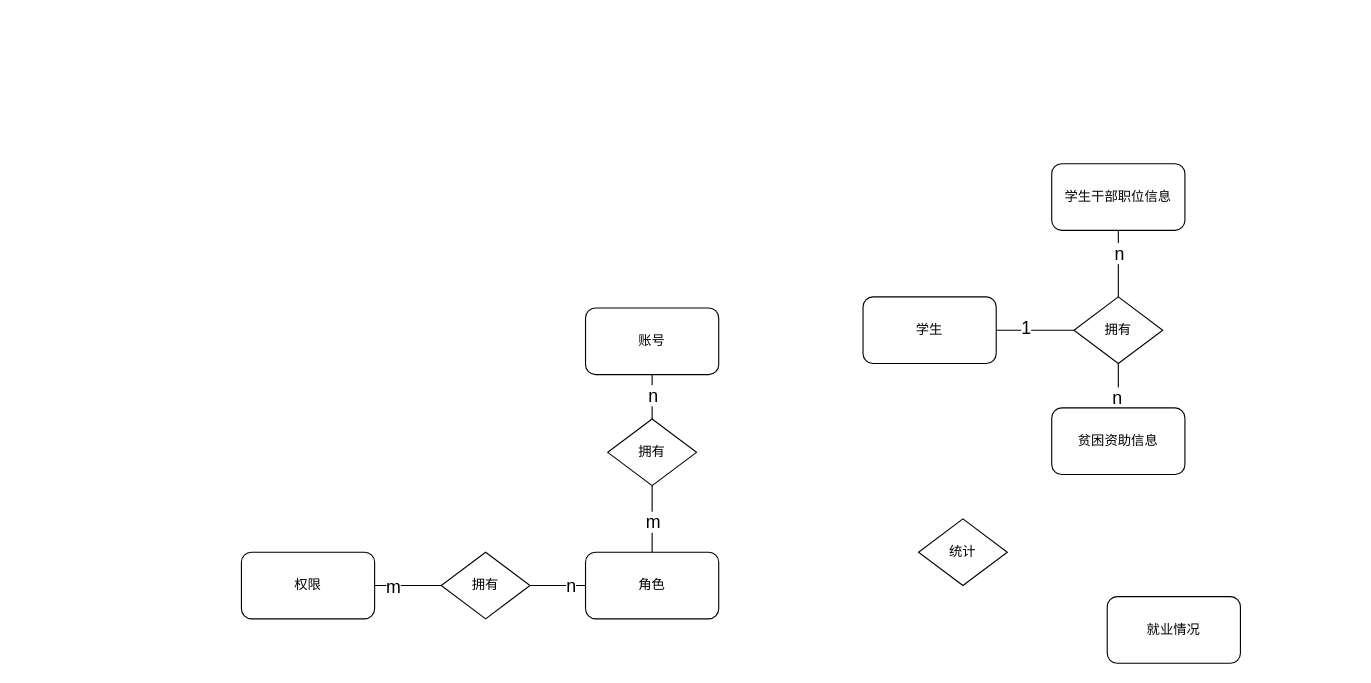
Above: map/swms-er.drawio in msqtt/Sources (draw.io), before the change. Source tidied: cells renumbered, new cells numbered last; positions are measured from the earlier drawing's top-left corner, leaving out a move shared by most shapes. Both pictures are drawn from the tidied source at 111%, with x=0, y=0 at pixel (241, 163).
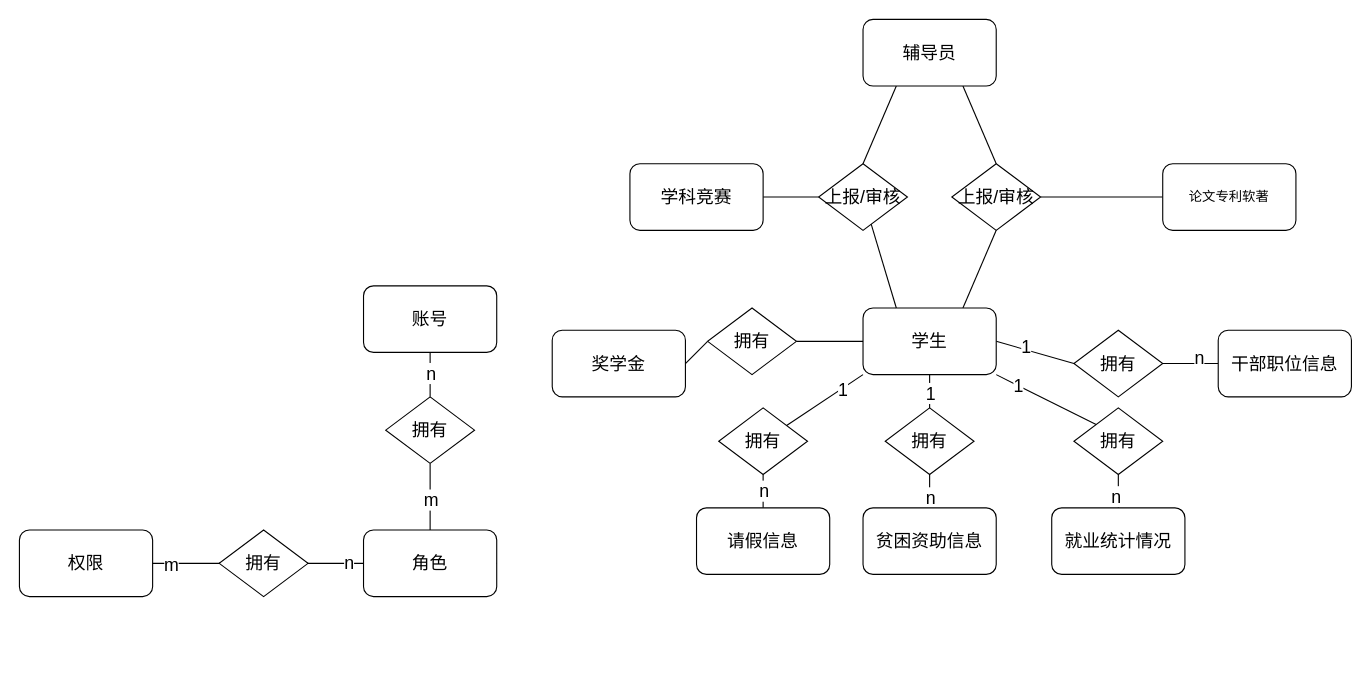
The same diagram, later.

What changed in the source:
```diff
@@
-    <mxCell id="2" style="rounded=0;jettySize=auto;html=1;exitX=0.5;exitY=1;exitDx=0;exitDy=0;entryX=0.5;entryY=0;entryDx=0;entryDy=0;endArrow=none;endFill=0;" parent="1" edge="1" source="4" target="15">
+    <mxCell id="2" style="rounded=0;jettySize=auto;html=1;exitX=0.5;exitY=1;exitDx=0;exitDy=0;entryX=0.5;entryY=0;entryDx=0;entryDy=0;endArrow=none;endFill=0;fontSize=16;" parent="1" edge="1" source="4" target="15">
       <mxGeometry relative="1" as="geometry" />
     </mxCell>
-    <mxCell id="3" value="&lt;font style=&quot;font-size: 16px;&quot;&gt;n&lt;/font&gt;" style="edgeLabel;html=1;align=center;verticalAlign=middle;" parent="2" vertex="1">
+    <mxCell id="3" value="&lt;font style=&quot;font-size: 16px;&quot;&gt;n&lt;/font&gt;" style="edgeLabel;html=1;align=center;verticalAlign=middle;fontSize=16;" parent="2" vertex="1">
       <mxGeometry x="-0.1" relative="1" as="geometry" />
     </mxCell>
-    <mxCell id="4" value="账号" style="rounded=1;whiteSpace=wrap;html=1;" parent="1" vertex="1">
-      <mxGeometry x="310" y="130" width="120" height="60" as="geometry" />
+    <mxCell id="4" value="账号" style="rounded=1;whiteSpace=wrap;html=1;fontSize=16;" parent="1" vertex="1">
+      <mxGeometry x="110" y="110" width="120" height="60" as="geometry" />
     </mxCell>
-    <mxCell id="5" value="权限" style="rounded=1;whiteSpace=wrap;html=1;" parent="1" vertex="1">
-      <mxGeometry y="350" width="120" height="60" as="geometry" />
+    <mxCell id="5" value="权限" style="rounded=1;whiteSpace=wrap;html=1;fontSize=16;" parent="1" vertex="1">
+      <mxGeometry x="-200" y="330" width="120" height="60" as="geometry" />
     </mxCell>
-    <mxCell id="6" style="rounded=0;jettySize=auto;html=1;exitX=1;exitY=0.5;exitDx=0;exitDy=0;entryX=0;entryY=0.5;entryDx=0;entryDy=0;endArrow=none;endFill=0;" parent="1" edge="1" source="9" target="12">
+    <mxCell id="6" style="rounded=0;jettySize=auto;html=1;exitX=1;exitY=0.5;exitDx=0;exitDy=0;entryX=0;entryY=0.5;entryDx=0;entryDy=0;endArrow=none;endFill=0;fontSize=16;" parent="1" edge="1" source="9" target="12">
       <mxGeometry relative="1" as="geometry" />
     </mxCell>
@@
-    <mxCell id="9" value="角色" style="rounded=1;whiteSpace=wrap;html=1;" parent="1" vertex="1">
-      <mxGeometry x="310" y="350" width="120" height="60" as="geometry" />
+    <mxCell id="9" value="角色" style="rounded=1;whiteSpace=wrap;html=1;fontSize=16;" parent="1" vertex="1">
+      <mxGeometry x="110" y="330" width="120" height="60" as="geometry" />
     </mxCell>
-    <mxCell id="10" style="rounded=0;jettySize=auto;html=1;exitX=1;exitY=0.5;exitDx=0;exitDy=0;entryX=1;entryY=0.5;entryDx=0;entryDy=0;endArrow=none;endFill=0;" parent="1" edge="1" source="12" target="5">
+    <mxCell id="10" style="rounded=0;jettySize=auto;html=1;exitX=1;exitY=0.5;exitDx=0;exitDy=0;entryX=1;entryY=0.5;entryDx=0;entryDy=0;endArrow=none;endFill=0;fontSize=16;" parent="1" edge="1" source="12" target="5">
       <mxGeometry relative="1" as="geometry" />
     </mxCell>
-    <mxCell id="11" value="&lt;font style=&quot;font-size: 16px;&quot;&gt;m&lt;/font&gt;" style="edgeLabel;html=1;align=center;verticalAlign=middle;" parent="10" vertex="1">
+    <mxCell id="11" value="&lt;font style=&quot;font-size: 16px;&quot;&gt;m&lt;/font&gt;" style="edgeLabel;html=1;align=center;verticalAlign=middle;fontSize=16;" parent="10" vertex="1">
       <mxGeometry x="0.17" y="-2" relative="1" as="geometry">
         <mxPoint x="-42" y="2" as="offset" />
       </mxGeometry>
     </mxCell>
-    <mxCell id="12" value="拥有" style="rhombus;whiteSpace=wrap;html=1;" parent="1" vertex="1">
-      <mxGeometry x="180" y="350" width="80" height="60" as="geometry" />
+    <mxCell id="12" value="拥有" style="rhombus;whiteSpace=wrap;html=1;fontSize=16;" parent="1" vertex="1">
+      <mxGeometry x="-20" y="330" width="80" height="60" as="geometry" />
     </mxCell>
-    <mxCell id="13" style="rounded=0;jettySize=auto;html=1;entryX=0.5;entryY=0;entryDx=0;entryDy=0;endArrow=none;endFill=0;exitX=0.5;exitY=1;exitDx=0;exitDy=0;" parent="1" edge="1" source="15" target="9">
+    <mxCell id="13" style="rounded=0;jettySize=auto;html=1;entryX=0.5;entryY=0;entryDx=0;entryDy=0;endArrow=none;endFill=0;exitX=0.5;exitY=1;exitDx=0;exitDy=0;fontSize=16;" parent="1" edge="1" source="15" target="9">
       <mxGeometry relative="1" as="geometry" />
     </mxCell>
-    <mxCell id="14" value="&lt;font style=&quot;font-size: 16px;&quot;&gt;m&lt;br&gt;&lt;/font&gt;" style="edgeLabel;html=1;align=center;verticalAlign=middle;" parent="13" vertex="1">
+    <mxCell id="14" value="&lt;font style=&quot;font-size: 16px;&quot;&gt;m&lt;br style=&quot;font-size: 16px;&quot;&gt;&lt;/font&gt;" style="edgeLabel;html=1;align=center;verticalAlign=middle;fontSize=16;" parent="13" vertex="1">
       <mxGeometry x="0.54" y="2" relative="1" as="geometry">
         <mxPoint x="-2" y="-14" as="offset" />
       </mxGeometry>
     </mxCell>
-    <mxCell id="15" value="拥有" style="rhombus;whiteSpace=wrap;html=1;" parent="1" vertex="1">
-      <mxGeometry x="330" y="230" width="80" height="60" as="geometry" />
+    <mxCell id="15" value="拥有" style="rhombus;whiteSpace=wrap;html=1;fontSize=16;" parent="1" vertex="1">
+      <mxGeometry x="130" y="210" width="80" height="60" as="geometry" />
     </mxCell>
-    <mxCell id="16" style="rounded=0;jettySize=auto;html=1;endArrow=none;endFill=0;exitX=1;exitY=0.5;exitDx=0;exitDy=0;" parent="1" edge="1" source="27" target="23">
+    <mxCell id="16" style="rounded=0;jettySize=auto;html=1;endArrow=none;endFill=0;exitX=1;exitY=0.5;exitDx=0;exitDy=0;fontSize=16;entryX=0;entryY=0.5;entryDx=0;entryDy=0;" parent="1" edge="1" source="27" target="23">
       <mxGeometry relative="1" as="geometry" />
     </mxCell>
@@
-    <mxCell id="18" style="edgeStyle=orthogonalEdgeStyle;rounded=0;jettySize=auto;html=1;endArrow=none;endFill=0;" parent="1" edge="1" source="20" target="23">
+    <mxCell id="18" style="edgeStyle=orthogonalEdgeStyle;rounded=0;jettySize=auto;html=1;endArrow=none;endFill=0;fontSize=16;" parent="1" edge="1" source="20" target="23">
       <mxGeometry relative="1" as="geometry" />
     </mxCell>
@@
-    <mxCell id="20" value="学生干部职位信息" style="rounded=1;whiteSpace=wrap;html=1;" parent="1" vertex="1">
-      <mxGeometry x="730" width="120" height="60" as="geometry" />
+    <mxCell id="20" value="干部职位信息" style="rounded=1;whiteSpace=wrap;html=1;fontSize=16;" parent="1" vertex="1">
+      <mxGeometry x="880" y="150" width="120" height="60" as="geometry" />
     </mxCell>
-    <mxCell id="21" style="edgeStyle=orthogonalEdgeStyle;rounded=0;jettySize=auto;html=1;endArrow=none;endFill=0;" parent="1" edge="1" source="23" target="25">
+    <mxCell id="21" style="edgeStyle=orthogonalEdgeStyle;rounded=0;jettySize=auto;html=1;endArrow=none;endFill=0;fontSize=16;exitX=0.5;exitY=1;exitDx=0;exitDy=0;" parent="1" edge="1" source="35" target="25">
       <mxGeometry relative="1" as="geometry" />
     </mxCell>
-    <mxCell id="22" value="&lt;font style=&quot;font-size: 16px;&quot;&gt;n&lt;/font&gt;" style="edgeLabel;html=1;align=center;verticalAlign=middle;" parent="21" vertex="1">
-      <mxGeometry x="0.52" y="-2" relative="1" as="geometry" />
+    <mxCell id="22" value="&lt;font style=&quot;font-size: 16px;&quot;&gt;n&lt;/font&gt;" style="edgeLabel;html=1;align=center;verticalAlign=middle;fontSize=16;" parent="21" vertex="1">
+      <mxGeometry x="0.52" y="-2" relative="1" as="geometry">
+        <mxPoint x="2" y="2" as="offset" />
+      </mxGeometry>
     </mxCell>
-    <mxCell id="23" value="拥有" style="rhombus;whiteSpace=wrap;html=1;" parent="1" vertex="1">
-      <mxGeometry x="750" y="120" width="80" height="60" as="geometry" />
+    <mxCell id="23" value="拥有" style="rhombus;whiteSpace=wrap;html=1;fontSize=16;" parent="1" vertex="1">
+      <mxGeometry x="750" y="150" width="80" height="60" as="geometry" />
     </mxCell>
+    <mxCell id="28" style="rounded=0;jettySize=auto;html=1;fontSize=16;endArrow=none;endFill=0;entryX=0.5;entryY=1;entryDx=0;entryDy=0;exitX=0.5;exitY=0;exitDx=0;exitDy=0;" parent="1" edge="1" source="24" target="26">
+      <mxGeometry relative="1" as="geometry" />
+    </mxCell>
+    <mxCell id="29" value="n" style="edgeLabel;html=1;align=center;verticalAlign=middle;fontSize=16;" parent="28" vertex="1">
+      <mxGeometry x="-0.26" y="3" relative="1" as="geometry" />
+    </mxCell>
-    <mxCell id="24" value="就业情况" style="rounded=1;whiteSpace=wrap;html=1;" parent="1" vertex="1">
-      <mxGeometry x="780" y="390" width="120" height="60" as="geometry" />
+    <mxCell id="24" value="就业统计情况" style="rounded=1;whiteSpace=wrap;html=1;fontSize=16;" parent="1" vertex="1">
+      <mxGeometry x="730" y="310" width="120" height="60" as="geometry" />
     </mxCell>
-    <mxCell id="25" value="贫困资助信息" style="rounded=1;whiteSpace=wrap;html=1;" parent="1" vertex="1">
-      <mxGeometry x="730" y="220" width="120" height="60" as="geometry" />
+    <mxCell id="25" value="贫困资助信息" style="rounded=1;whiteSpace=wrap;html=1;fontSize=16;" parent="1" vertex="1">
+      <mxGeometry x="560" y="310" width="120" height="60" as="geometry" />
     </mxCell>
+    <mxCell id="30" style="rounded=0;jettySize=auto;html=1;exitX=0;exitY=0;exitDx=0;exitDy=0;entryX=1;entryY=1;entryDx=0;entryDy=0;endArrow=none;endFill=0;fontSize=16;" parent="1" edge="1" source="26" target="27">
+      <mxGeometry relative="1" as="geometry" />
+    </mxCell>
+    <mxCell id="31" value="1" style="edgeLabel;html=1;align=center;verticalAlign=middle;fontSize=16;" parent="30" vertex="1">
+      <mxGeometry x="0.57" relative="1" as="geometry" />
+    </mxCell>
-    <mxCell id="26" value="统计" style="rhombus;whiteSpace=wrap;html=1;" parent="1" vertex="1">
-      <mxGeometry x="610" y="320" width="80" height="60" as="geometry" />
+    <mxCell id="26" value="拥有" style="rhombus;whiteSpace=wrap;html=1;fontSize=16;" parent="1" vertex="1">
+      <mxGeometry x="750" y="220" width="80" height="60" as="geometry" />
     </mxCell>
+    <mxCell id="32" style="edgeStyle=orthogonalEdgeStyle;rounded=0;jettySize=auto;html=1;endArrow=none;endFill=0;fontSize=16;" parent="1" edge="1" source="27" target="35">
+      <mxGeometry relative="1" as="geometry" />
+    </mxCell>
+    <mxCell id="33" value="1" style="edgeLabel;html=1;align=center;verticalAlign=middle;fontSize=16;" parent="32" vertex="1">
+      <mxGeometry x="-0.06" relative="1" as="geometry" />
+    </mxCell>
+    <mxCell id="34" style="rounded=0;jettySize=auto;html=1;exitX=0.75;exitY=0;exitDx=0;exitDy=0;endArrow=none;endFill=0;entryX=0.5;entryY=1;entryDx=0;entryDy=0;" parent="1" edge="1" source="27" target="54">
+      <mxGeometry relative="1" as="geometry" />
+    </mxCell>
-    <mxCell id="27" value="学生" style="rounded=1;whiteSpace=wrap;html=1;" parent="1" vertex="1">
-      <mxGeometry x="560" y="120" width="120" height="60" as="geometry" />
+    <mxCell id="27" value="学生" style="rounded=1;whiteSpace=wrap;html=1;fontSize=16;" parent="1" vertex="1">
+      <mxGeometry x="560" y="130" width="120" height="60" as="geometry" />
     </mxCell>
+    <mxCell id="35" value="拥有" style="rhombus;whiteSpace=wrap;html=1;fontSize=16;" parent="1" vertex="1">
+      <mxGeometry x="580" y="220" width="80" height="60" as="geometry" />
+    </mxCell>
+    <mxCell id="36" value="请假信息" style="rounded=1;whiteSpace=wrap;html=1;fontSize=16;" parent="1" vertex="1">
+      <mxGeometry x="410" y="310" width="120" height="60" as="geometry" />
+    </mxCell>
+    <mxCell id="37" style="rounded=0;jettySize=auto;html=1;endArrow=none;endFill=0;fontSize=16;" parent="1" edge="1" source="41" target="36">
+      <mxGeometry relative="1" as="geometry" />
+    </mxCell>
+    <mxCell id="38" value="n" style="edgeLabel;html=1;align=center;verticalAlign=middle;fontSize=16;" parent="37" vertex="1">
+      <mxGeometry x="-0.09" y="1" relative="1" as="geometry">
+        <mxPoint x="-1" as="offset" />
+      </mxGeometry>
+    </mxCell>
+    <mxCell id="39" style="rounded=0;jettySize=auto;html=1;entryX=0;entryY=1;entryDx=0;entryDy=0;endArrow=none;endFill=0;fontSize=16;" parent="1" edge="1" source="41" target="27">
+      <mxGeometry relative="1" as="geometry" />
+    </mxCell>
+    <mxCell id="40" value="1" style="edgeLabel;html=1;align=center;verticalAlign=middle;fontSize=16;" parent="39" vertex="1">
+      <mxGeometry x="0.45" y="-1" relative="1" as="geometry" />
+    </mxCell>
+    <mxCell id="41" value="拥有" style="rhombus;whiteSpace=wrap;html=1;fontSize=16;" parent="1" vertex="1">
+      <mxGeometry x="430" y="220" width="80" height="60" as="geometry" />
+    </mxCell>
+    <mxCell id="42" value="奖学金" style="rounded=1;whiteSpace=wrap;html=1;fontSize=16;" parent="1" vertex="1">
+      <mxGeometry x="280" y="150" width="120" height="60" as="geometry" />
+    </mxCell>
+    <mxCell id="43" style="rounded=0;jettySize=auto;html=1;exitX=1;exitY=0.5;exitDx=0;exitDy=0;entryX=0;entryY=0.5;entryDx=0;entryDy=0;endArrow=none;endFill=0;fontSize=16;" parent="1" edge="1" source="45" target="27">
+      <mxGeometry relative="1" as="geometry" />
+    </mxCell>
+    <mxCell id="44" style="rounded=0;jettySize=auto;html=1;endArrow=none;endFill=0;fontSize=16;entryX=1;entryY=0.5;entryDx=0;entryDy=0;exitX=0;exitY=0.5;exitDx=0;exitDy=0;" parent="1" edge="1" source="45" target="42">
+      <mxGeometry relative="1" as="geometry" />
+    </mxCell>
+    <mxCell id="45" value="拥有" style="rhombus;whiteSpace=wrap;html=1;fontSize=16;" parent="1" vertex="1">
+      <mxGeometry x="420" y="130" width="80" height="60" as="geometry" />
+    </mxCell>
+    <mxCell id="46" style="rounded=0;jettySize=auto;html=1;endArrow=none;endFill=0;fontSize=16;entryX=0.25;entryY=0;entryDx=0;entryDy=0;" parent="1" edge="1" source="48" target="27">
+      <mxGeometry relative="1" as="geometry" />
+    </mxCell>
+    <mxCell id="47" style="rounded=0;jettySize=auto;html=1;endArrow=none;endFill=0;fontSize=16;" parent="1" edge="1" source="48" target="49">
+      <mxGeometry relative="1" as="geometry" />
+    </mxCell>
+    <mxCell id="48" value="上报/审核" style="rhombus;whiteSpace=wrap;html=1;fontSize=16;" parent="1" vertex="1">
+      <mxGeometry x="520" width="80" height="60" as="geometry" />
+    </mxCell>
+    <mxCell id="49" value="学科竞赛" style="rounded=1;whiteSpace=wrap;html=1;fontSize=16;" parent="1" vertex="1">
+      <mxGeometry x="350" width="120" height="60" as="geometry" />
+    </mxCell>
+    <mxCell id="50" style="rounded=0;jettySize=auto;html=1;exitX=0.25;exitY=1;exitDx=0;exitDy=0;entryX=0.5;entryY=0;entryDx=0;entryDy=0;endArrow=none;endFill=0;fontSize=16;" parent="1" edge="1" source="52" target="48">
+      <mxGeometry relative="1" as="geometry" />
+    </mxCell>
+    <mxCell id="51" style="rounded=0;jettySize=auto;html=1;exitX=0.75;exitY=1;exitDx=0;exitDy=0;entryX=0.5;entryY=0;entryDx=0;entryDy=0;endArrow=none;endFill=0;" parent="1" edge="1" source="52" target="54">
+      <mxGeometry relative="1" as="geometry" />
+    </mxCell>
+    <mxCell id="52" value="辅导员" style="rounded=1;whiteSpace=wrap;html=1;fontSize=16;" parent="1" vertex="1">
+      <mxGeometry x="560" y="-130" width="120" height="60" as="geometry" />
+    </mxCell>
+    <mxCell id="53" style="rounded=0;jettySize=auto;html=1;exitX=1;exitY=0.5;exitDx=0;exitDy=0;endArrow=none;endFill=0;entryX=0;entryY=0.5;entryDx=0;entryDy=0;" parent="1" edge="1" source="54" target="55">
+      <mxGeometry relative="1" as="geometry" />
+    </mxCell>
+    <mxCell id="54" value="上报/审核" style="rhombus;whiteSpace=wrap;html=1;fontSize=16;" parent="1" vertex="1">
+      <mxGeometry x="640" width="80" height="60" as="geometry" />
+    </mxCell>
+    <mxCell id="55" value="论文专利软著" style="rounded=1;whiteSpace=wrap;html=1;" parent="1" vertex="1">
+      <mxGeometry x="830" width="120" height="60" as="geometry" />
+    </mxCell>
```
